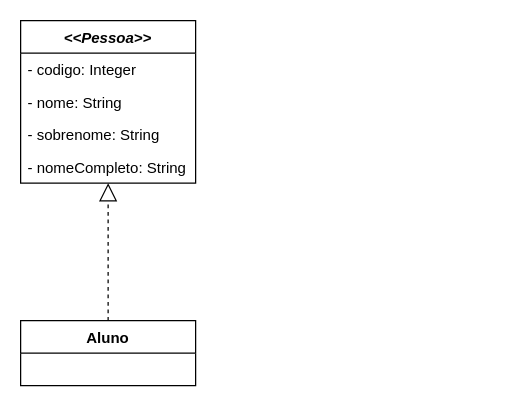
The draw.io diagram Diagrama.drawio in abraaofaco/desafio-oop-kotlin-dh, before the edit. Source tidied: cells renumbered, new cells numbered last; positions are measured from the earlier drawing's top-left corner, leaving out a move shared by most shapes. Both pictures are drawn from the tidied source at 125%, with x=0, y=0 at pixel (20, 20).
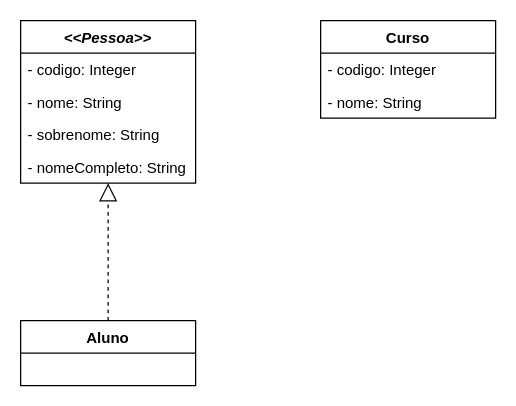
The same page after the edit.

Commit message:
Ajusta diagrama de classe

The edit, as a diff of the source:
```diff
@@
 <mxGraphModel>
   <root>
     <mxCell id="0" />
     <mxCell id="1" parent="0" />
     <mxCell id="2" value="&lt;&lt;Pessoa&gt;&gt;" style="swimlane;fontStyle=3;horizontal=1;startSize=26;fillColor=none;" parent="1" vertex="1">
       <mxGeometry width="140" height="130" as="geometry" />
     </mxCell>
     <mxCell id="3" value="- codigo: Integer" style="text;strokeColor=none;fillColor=none;align=left;verticalAlign=top;spacingLeft=4;spacingRight=4;overflow=hidden;" parent="2" vertex="1">
       <mxGeometry y="26" width="140" height="26" as="geometry" />
     </mxCell>
     <mxCell id="4" value="- nome: String" style="text;strokeColor=none;fillColor=none;align=left;verticalAlign=top;spacingLeft=4;spacingRight=4;overflow=hidden;" parent="2" vertex="1">
       <mxGeometry y="52" width="140" height="26" as="geometry" />
     </mxCell>
     <mxCell id="5" value="- sobrenome: String" style="text;strokeColor=none;fillColor=none;align=left;verticalAlign=top;spacingLeft=4;spacingRight=4;overflow=hidden;" parent="2" vertex="1">
       <mxGeometry y="78" width="140" height="26" as="geometry" />
     </mxCell>
     <mxCell id="6" value="- nomeCompleto: String" style="text;strokeColor=none;fillColor=none;align=left;verticalAlign=top;spacingLeft=4;spacingRight=4;overflow=hidden;points=[[0,0.5],[1,0.5]];portConstraint=eastwest;" parent="2" vertex="1">
       <mxGeometry y="104" width="140" height="26" as="geometry" />
     </mxCell>
     <mxCell id="7" style="endArrow=block;dashed=1;endFill=0;endSize=12;html=1;exitX=0.5;exitY=0;exitDx=0;exitDy=0;entryX=0.5;entryY=1;entryDx=0;entryDy=0;entryPerimeter=0;" parent="1" edge="1" source="8" target="6">
       <mxGeometry relative="1" as="geometry" />
     </mxCell>
     <mxCell id="8" value="Aluno" style="swimlane;fontStyle=1;horizontal=1;startSize=26;fillColor=none;" parent="1" vertex="1">
       <mxGeometry y="240" width="140" height="52" as="geometry" />
     </mxCell>
+    <mxCell id="9" value="Curso" style="swimlane;fontStyle=1;horizontal=1;startSize=26;fillColor=none;" parent="1" vertex="1">
+      <mxGeometry x="240" width="140" height="78" as="geometry" />
+    </mxCell>
+    <mxCell id="10" value="- codigo: Integer" style="text;strokeColor=none;fillColor=none;align=left;verticalAlign=top;spacingLeft=4;spacingRight=4;overflow=hidden;" parent="9" vertex="1">
+      <mxGeometry y="26" width="140" height="26" as="geometry" />
+    </mxCell>
+    <mxCell id="11" value="- nome: String" style="text;strokeColor=none;fillColor=none;align=left;verticalAlign=top;spacingLeft=4;spacingRight=4;overflow=hidden;" parent="9" vertex="1">
+      <mxGeometry y="52" width="140" height="26" as="geometry" />
+    </mxCell>
   </root>
 </mxGraphModel>
```
